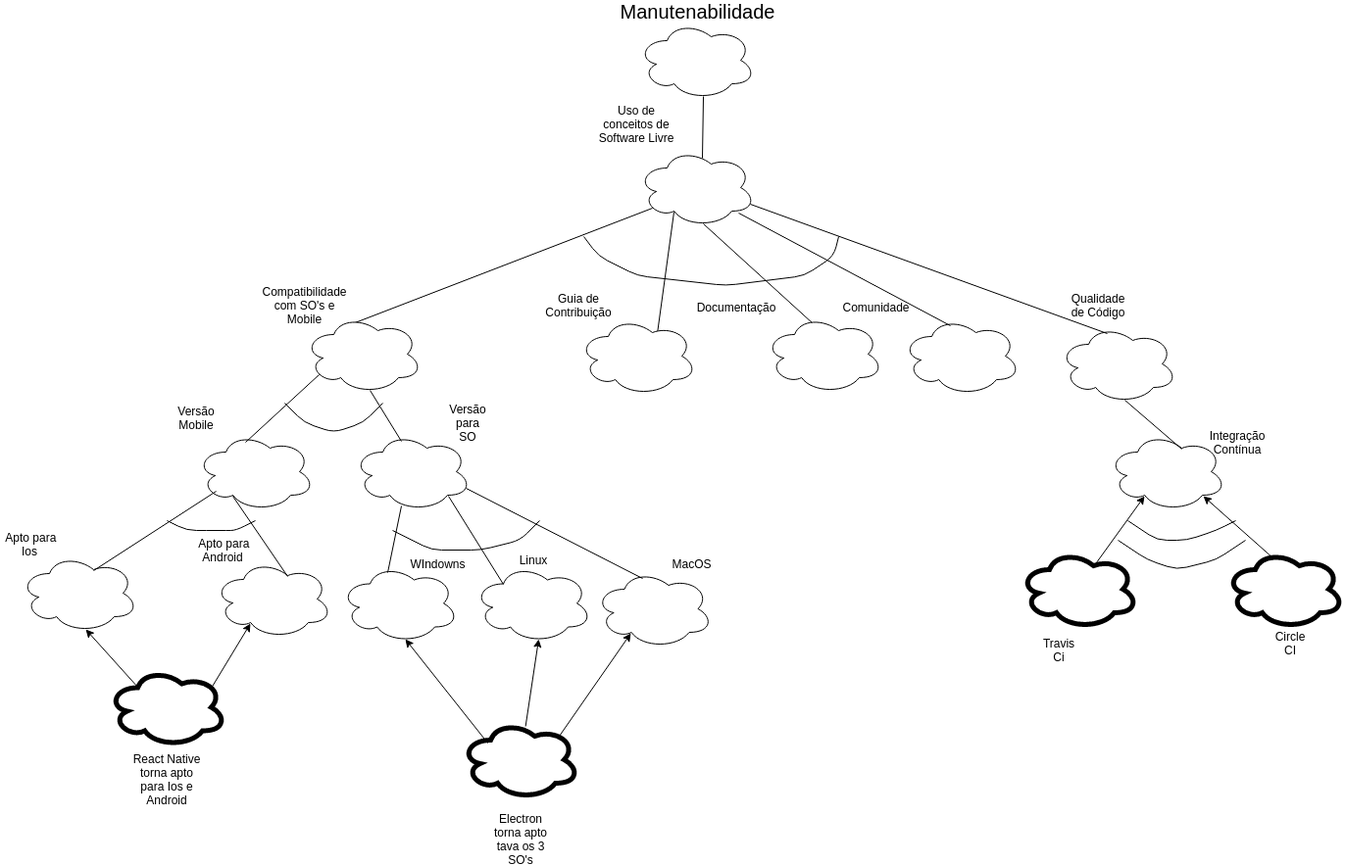
The draw.io diagram docs/img/Modelagem/manutenabilidade_esquema.png in MarcosNBJ/2019.1-RocketChat, before a commit. Source tidied: cells renumbered, new cells last; positions are measured from the earlier drawing's top-left corner, leaving out a move shared by most shapes.
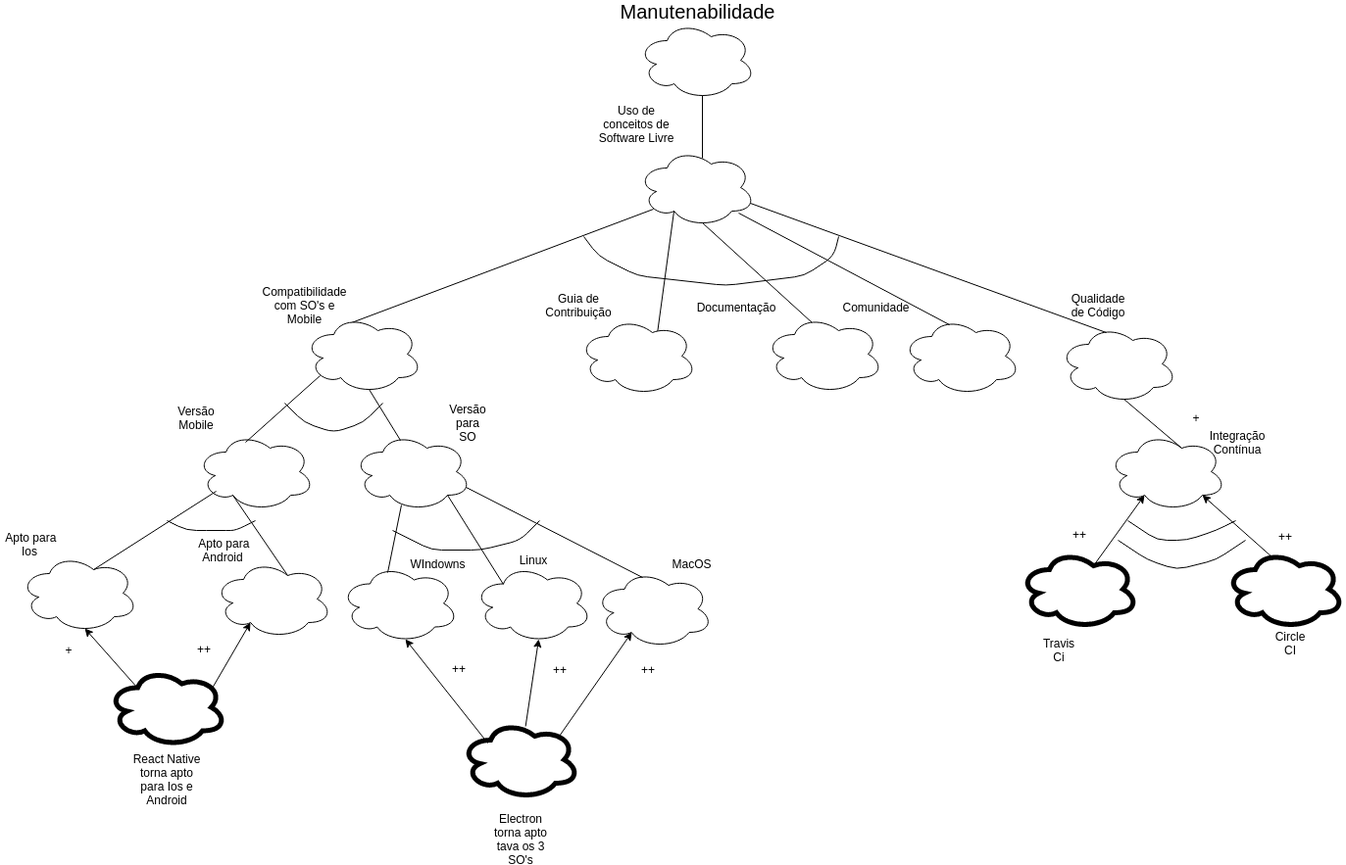
After the commit.

Change to the diagram source:
```diff
@@ -263,5 +263,29 @@
         </Array>
       </mxGeometry>
     </mxCell>
+    <mxCell id="67" value="++&lt;br&gt;" style="text;html=1;strokeColor=none;fillColor=none;align=center;verticalAlign=middle;whiteSpace=wrap;rounded=0;" parent="1" vertex="1">
+      <mxGeometry x="447" y="671" width="40" height="20" as="geometry" />
+    </mxCell>
+    <mxCell id="68" value="++" style="text;html=1;strokeColor=none;fillColor=none;align=center;verticalAlign=middle;whiteSpace=wrap;rounded=0;" parent="1" vertex="1">
+      <mxGeometry x="550" y="672" width="40" height="20" as="geometry" />
+    </mxCell>
+    <mxCell id="69" value="++" style="text;html=1;strokeColor=none;fillColor=none;align=center;verticalAlign=middle;whiteSpace=wrap;rounded=0;" parent="1" vertex="1">
+      <mxGeometry x="640" y="672" width="40" height="20" as="geometry" />
+    </mxCell>
+    <mxCell id="70" value="+" style="text;html=1;strokeColor=none;fillColor=none;align=center;verticalAlign=middle;whiteSpace=wrap;rounded=0;" parent="1" vertex="1">
+      <mxGeometry x="50" y="652" width="40" height="20" as="geometry" />
+    </mxCell>
+    <mxCell id="71" value="++" style="text;html=1;strokeColor=none;fillColor=none;align=center;verticalAlign=middle;whiteSpace=wrap;rounded=0;" parent="1" vertex="1">
+      <mxGeometry x="187" y="651" width="40" height="20" as="geometry" />
+    </mxCell>
+    <mxCell id="72" value="++" style="text;html=1;strokeColor=none;fillColor=none;align=center;verticalAlign=middle;whiteSpace=wrap;rounded=0;" parent="1" vertex="1">
+      <mxGeometry x="1080" y="534" width="40" height="20" as="geometry" />
+    </mxCell>
+    <mxCell id="73" value="++" style="text;html=1;strokeColor=none;fillColor=none;align=center;verticalAlign=middle;whiteSpace=wrap;rounded=0;" parent="1" vertex="1">
+      <mxGeometry x="1290" y="535.5" width="40" height="20" as="geometry" />
+    </mxCell>
+    <mxCell id="74" value="+" style="text;html=1;strokeColor=none;fillColor=none;align=center;verticalAlign=middle;whiteSpace=wrap;rounded=0;" parent="1" vertex="1">
+      <mxGeometry x="1200" y="415" width="40" height="20" as="geometry" />
+    </mxCell>
   </root>
 </mxGraphModel>
```
